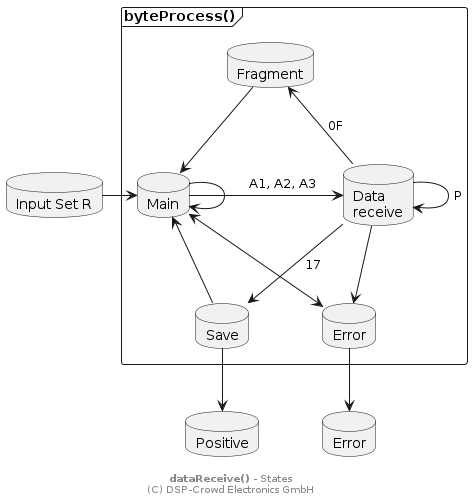
The PlantUML diagram doc/system/byte-process_states_2.png in NoOrientationProgramming/code-orb, before a commit.
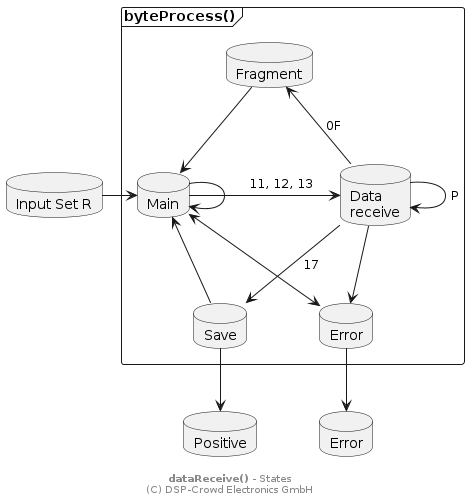
Later version of the same file.

What changed in the source:
```diff
@@ -22,7 +22,7 @@
 sFrag --> sMain
 sFrag <-- sRcv : 0F
 
-sMain -> sRcv : "\tA1, A2, A3"
+sMain -> sRcv : "\t11, 12, 13"
 
 sMain <-- sSave
 sRcv --> sSave : 17
```
